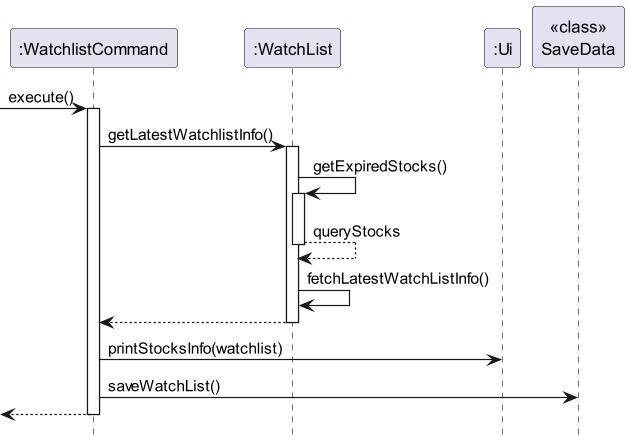
nus-cs2113-AY2324S1/tp keeps this PlantUML diagram as docs/images/investments/watchlistSequence.png. Above is the earlier version. Source of this version:
```plantuml
@startuml

participant ":WatchlistCommand" as WatchListCommand
participant ":WatchList" as WatchList
participant ":Ui" as Ui
participant "<<class>>\nSaveData" as SaveData

-> WatchListCommand: execute()
activate WatchListCommand
    WatchListCommand -> WatchList: getLatestWatchlistInfo()
    activate WatchList
        WatchList -> WatchList : getExpiredStocks()
        activate WatchList
        return queryStocks
        WatchList -> WatchList : fetchLatestWatchListInfo()
    return
    WatchListCommand -> Ui: printStocksInfo(watchlist)
    WatchListCommand -> SaveData: saveWatchList()

return

hide footbox
@enduml
```
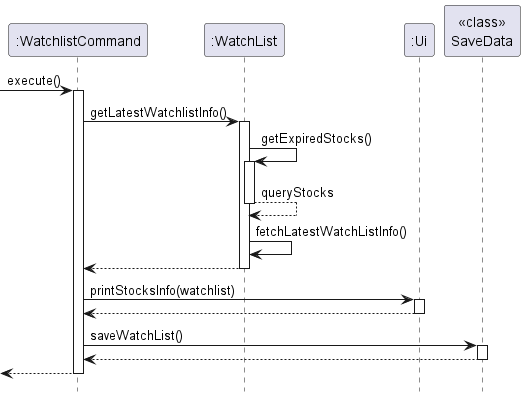
The same file after the commit.

Change to the diagram source:
```diff
@@ -15,7 +15,11 @@
         WatchList -> WatchList : fetchLatestWatchListInfo()
     return
     WatchListCommand -> Ui: printStocksInfo(watchlist)
+    activate Ui
+    return
     WatchListCommand -> SaveData: saveWatchList()
+    activate SaveData
+    return
 
 return
 
```
